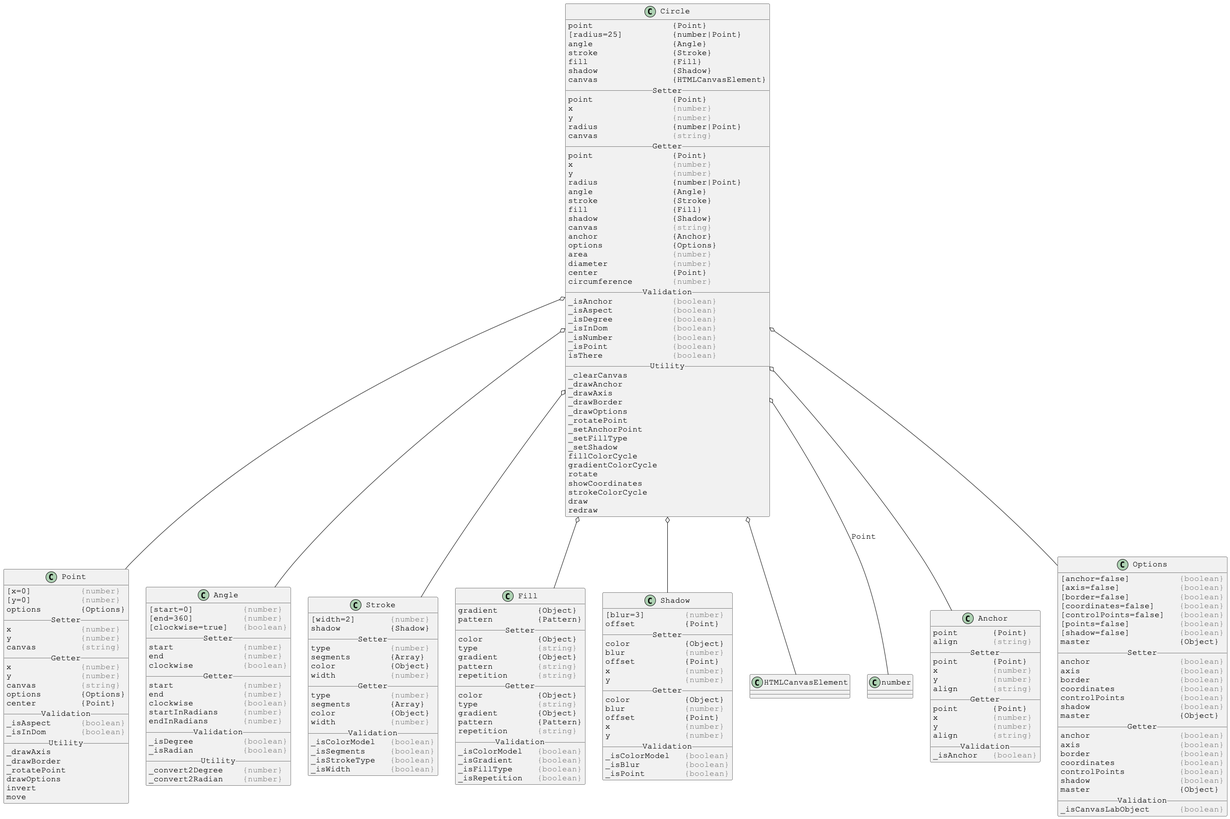
Above: docs/PlantUml/image/linked/Circle-linked.png in Justin-Byrne/canvasLab (PlantUML), before the change. Source of this version:
```plantuml
@startuml

skinparam DefaultFontSize 16
skinparam DefaultFontName Courier New

class Circle {
point                {Point}
[radius=25]          {number|Point}
angle                {Angle}
stroke               {Stroke}
fill                 {Fill}
shadow               {Shadow}
canvas               {HTMLCanvasElement}
__ Setter __
point                {Point}
x                    <color:gray>{number}</color>
y                    <color:gray>{number}</color>
radius               {number|Point}
canvas               <color:gray>{string}</color>
__ Getter __
point                {Point}
x                    <color:gray>{number}</color>
y                    <color:gray>{number}</color>
radius               {number|Point}
angle                {Angle}
stroke               {Stroke}
fill                 {Fill}
shadow               {Shadow}
canvas               <color:gray>{string}</color>
anchor               {Anchor}
options              {Options}
area                 <color:gray>{number}</color>
diameter             <color:gray>{number}</color>
center               {Point}
circumference        <color:gray>{number}</color>
__ Validation __
_isAnchor            <color:gray>{boolean}</color>
_isAspect            <color:gray>{boolean}</color>
_isDegree            <color:gray>{boolean}</color>
_isInDom             <color:gray>{boolean}</color>
_isNumber            <color:gray>{boolean}</color>
_isPoint             <color:gray>{boolean}</color>
isThere              <color:gray>{boolean}</color>
__ Utility __
_clearCanvas
_drawAnchor
_drawAxis
_drawBorder
_drawOptions
_rotatePoint
_setAnchorPoint
_setFillType
_setShadow
fillColorCycle
gradientColorCycle
rotate
showCoordinates
strokeColorCycle
draw
redraw
}

Circle o-- Point
Circle o-- Angle
Circle o-- Stroke
Circle o-- Fill
Circle o-- Shadow
Circle o-- HTMLCanvasElement
Circle o-- number : Point
Circle o-- Anchor
Circle o-- Options



skinparam DefaultFontSize 16
skinparam DefaultFontName Courier New

class Point {
[x=0]          <color:gray>{number}</color>
[y=0]          <color:gray>{number}</color>
options        {Options}
__ Setter __
x              <color:gray>{number}</color>
y              <color:gray>{number}</color>
canvas         <color:gray>{string}</color>
__ Getter __
x              <color:gray>{number}</color>
y              <color:gray>{number}</color>
canvas         <color:gray>{string}</color>
options        {Options}
center         {Point}
__ Validation __
_isAspect      <color:gray>{boolean}</color>
_isInDom       <color:gray>{boolean}</color>
__ Utility __
_drawAxis
_drawBorder
_rotatePoint
drawOptions
invert
move
}



skinparam DefaultFontSize 16
skinparam DefaultFontName Courier New

class Angle {
[start=0]          <color:gray>{number}</color>
[end=360]          <color:gray>{number}</color>
[clockwise=true]   <color:gray>{boolean}</color>
__ Setter __
start              <color:gray>{number}</color>
end                <color:gray>{number}</color>
clockwise          <color:gray>{boolean}</color>
__ Getter __
start              <color:gray>{number}</color>
end                <color:gray>{number}</color>
clockwise          <color:gray>{boolean}</color>
startInRadians     <color:gray>{number}</color>
endInRadians       <color:gray>{number}</color>
__ Validation __
_isDegree          <color:gray>{boolean}</color>
_isRadian          <color:gray>{boolean}</color>
__ Utility __
_convert2Degree    <color:gray>{number}</color>
_convert2Radian    <color:gray>{number}</color>
}



skinparam DefaultFontSize 16
skinparam DefaultFontName Courier New

class Stroke {
[width=2]       <color:gray>{number}</color>
shadow          {Shadow}
__ Setter __
type            <color:gray>{number}</color>
segments        {Array}
color           {Object}
width           <color:gray>{number}</color>
__ Getter __
type            <color:gray>{number}</color>
segments        {Array}
color           {Object}
width           <color:gray>{number}</color>
__ Validation __
_isColorModel   <color:gray>{boolean}</color>
_isSegments     <color:gray>{boolean}</color>
_isStrokeType   <color:gray>{boolean}</color>
_isWidth        <color:gray>{boolean}</color>
}



skinparam DefaultFontSize 16
skinparam DefaultFontName Courier New

class Fill {
gradient        {Object}
pattern         {Pattern}
__ Setter __
color           {Object}
type            <color:gray>{string}</color>
gradient        {Object}
pattern         <color:gray>{string}</color>
repetition      <color:gray>{string}</color>
__ Getter __
color           {Object}
type            <color:gray>{string}</color>
gradient        {Object}
pattern         {Pattern}
repetition      <color:gray>{string}</color>
__ Validation __
_isColorModel   <color:gray>{boolean}</color>
_isGradient     <color:gray>{boolean}</color>
_isFillType     <color:gray>{boolean}</color>
_isRepetition   <color:gray>{boolean}</color>
}



skinparam DefaultFontSize 16
skinparam DefaultFontName Courier New

class Shadow {
[blur=3]        <color:gray>{number}</color>
offset          {Point}
__ Setter __
color           {Object}
blur            <color:gray>{number}</color>
offset          {Point}
x               <color:gray>{number}</color>
y               <color:gray>{number}</color>
__ Getter __
color           {Object}
blur            <color:gray>{number}</color>
offset          {Point}
x               <color:gray>{number}</color>
y               <color:gray>{number}</color>
__ Validation __
_isColorModel   <color:gray>{boolean}</color>
_isBlur         <color:gray>{boolean}</color>
_isPoint        <color:gray>{boolean}</color>
}



skinparam DefaultFontSize 16
skinparam DefaultFontName Courier New

class Anchor {
point       {Point}
align       <color:gray>{string}</color>
__ Setter __
point       {Point}
x           <color:gray>{number}</color>
y           <color:gray>{number}</color>
align       <color:gray>{string}</color>
__ Getter __
point       {Point}
x           <color:gray>{number}</color>
y           <color:gray>{number}</color>
align       <color:gray>{string}</color>
__ Validation __
_isAnchor   <color:gray>{boolean}</color>
}



skinparam DefaultFontSize 16
skinparam DefaultFontName Courier New

class Options {
[anchor=false]          <color:gray>{boolean}</color>
[axis=false]            <color:gray>{boolean}</color>
[border=false]          <color:gray>{boolean}</color>
[coordinates=false]     <color:gray>{boolean}</color>
[controlPoints=false]   <color:gray>{boolean}</color>
[points=false]          <color:gray>{boolean}</color>
[shadow=false]          <color:gray>{boolean}</color>
master                  {Object}
__ Setter __
anchor                  <color:gray>{boolean}</color>
axis                    <color:gray>{boolean}</color>
border                  <color:gray>{boolean}</color>
coordinates             <color:gray>{boolean}</color>
controlPoints           <color:gray>{boolean}</color>
shadow                  <color:gray>{boolean}</color>
master                  {Object}
__ Getter __
anchor                  <color:gray>{boolean}</color>
axis                    <color:gray>{boolean}</color>
border                  <color:gray>{boolean}</color>
coordinates             <color:gray>{boolean}</color>
controlPoints           <color:gray>{boolean}</color>
shadow                  <color:gray>{boolean}</color>
master                  {Object}
__ Validation __
_isCanvasLabObject      <color:gray>{boolean}</color>
}

@enduml
```
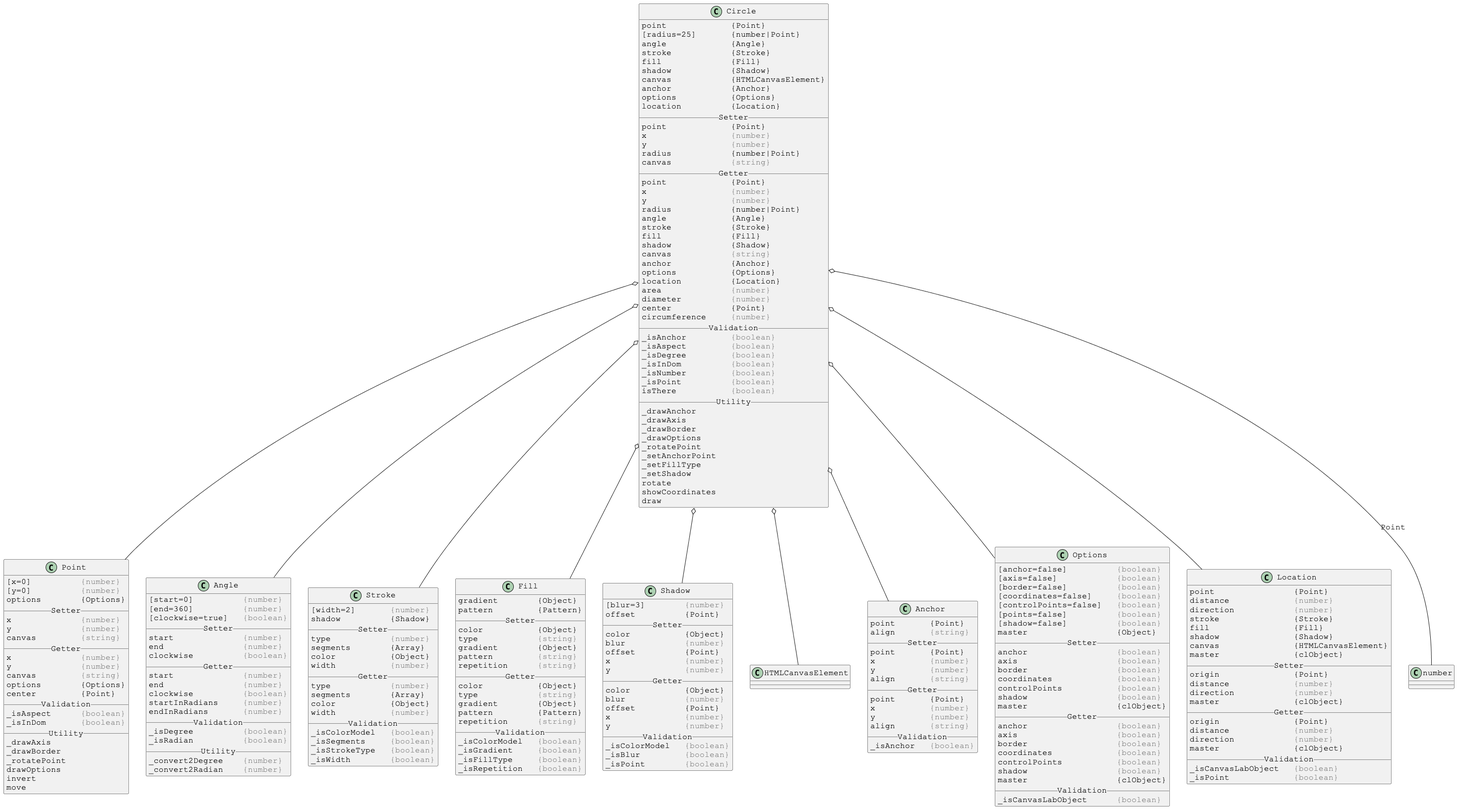
Above is the later version.

The edit, as a diff of the source:
```diff
@@ -4,45 +4,48 @@
 skinparam DefaultFontName Courier New
 
 class Circle {
-point                {Point}
-[radius=25]          {number|Point}
-angle                {Angle}
-stroke               {Stroke}
-fill                 {Fill}
-shadow               {Shadow}
-canvas               {HTMLCanvasElement}
+point             {Point}
+[radius=25]       {number|Point}
+angle             {Angle}
+stroke            {Stroke}
+fill              {Fill}
+shadow            {Shadow}
+canvas            {HTMLCanvasElement}
+anchor            {Anchor}
+options           {Options}
+location          {Location}
 __ Setter __
-point                {Point}
-x                    <color:gray>{number}</color>
-y                    <color:gray>{number}</color>
-radius               {number|Point}
-canvas               <color:gray>{string}</color>
+point             {Point}
+x                 <color:gray>{number}</color>
+y                 <color:gray>{number}</color>
+radius            {number|Point}
+canvas            <color:gray>{string}</color>
 __ Getter __
-point                {Point}
-x                    <color:gray>{number}</color>
-y                    <color:gray>{number}</color>
-radius               {number|Point}
-angle                {Angle}
-stroke               {Stroke}
-fill                 {Fill}
-shadow               {Shadow}
-canvas               <color:gray>{string}</color>
-anchor               {Anchor}
-options              {Options}
-area                 <color:gray>{number}</color>
-diameter             <color:gray>{number}</color>
-center               {Point}
-circumference        <color:gray>{number}</color>
+point             {Point}
+x                 <color:gray>{number}</color>
+y                 <color:gray>{number}</color>
+radius            {number|Point}
+angle             {Angle}
+stroke            {Stroke}
+fill              {Fill}
+shadow            {Shadow}
+canvas            <color:gray>{string}</color>
+anchor            {Anchor}
+options           {Options}
+location          {Location}
+area              <color:gray>{number}</color>
+diameter          <color:gray>{number}</color>
+center            {Point}
+circumference     <color:gray>{number}</color>
 __ Validation __
-_isAnchor            <color:gray>{boolean}</color>
-_isAspect            <color:gray>{boolean}</color>
-_isDegree            <color:gray>{boolean}</color>
-_isInDom             <color:gray>{boolean}</color>
-_isNumber            <color:gray>{boolean}</color>
-_isPoint             <color:gray>{boolean}</color>
-isThere              <color:gray>{boolean}</color>
+_isAnchor         <color:gray>{boolean}</color>
+_isAspect         <color:gray>{boolean}</color>
+_isDegree         <color:gray>{boolean}</color>
+_isInDom          <color:gray>{boolean}</color>
+_isNumber         <color:gray>{boolean}</color>
+_isPoint          <color:gray>{boolean}</color>
+isThere           <color:gray>{boolean}</color>
 __ Utility __
-_clearCanvas
 _drawAnchor
 _drawAxis
 _drawBorder
@@ -51,13 +54,9 @@
 _setAnchorPoint
 _setFillType
 _setShadow
-fillColorCycle
-gradientColorCycle
 rotate
 showCoordinates
-strokeColorCycle
 draw
-redraw
 }
 
 Circle o-- Point
@@ -66,9 +65,10 @@
 Circle o-- Fill
 Circle o-- Shadow
 Circle o-- HTMLCanvasElement
-Circle o-- number : Point
 Circle o-- Anchor
 Circle o-- Options
+Circle o-- Location
+Circle o-- number : Point
 
 
 
@@ -249,7 +249,7 @@
 coordinates             <color:gray>{boolean}</color>
 controlPoints           <color:gray>{boolean}</color>
 shadow                  <color:gray>{boolean}</color>
-master                  {Object}
+master                  {clObject}
 __ Getter __
 anchor                  <color:gray>{boolean}</color>
 axis                    <color:gray>{boolean}</color>
@@ -257,9 +257,38 @@
 coordinates             <color:gray>{boolean}</color>
 controlPoints           <color:gray>{boolean}</color>
 shadow                  <color:gray>{boolean}</color>
-master                  {Object}
+master                  {clObject}
 __ Validation __
 _isCanvasLabObject      <color:gray>{boolean}</color>
 }
 
+
+
+skinparam DefaultFontSize 16
+skinparam DefaultFontName Courier New
+
+class Location {
+point                {Point}
+distance             <color:gray>{number}</color>
+direction            <color:gray>{number}</color>
+stroke               {Stroke}
+fill                 {Fill}
+shadow               {Shadow}
+canvas               {HTMLCanvasElement}
+master               {clObject}
+__ Setter __
+origin               {Point}
+distance             <color:gray>{number}</color>
+direction            <color:gray>{number}</color>
+master               {clObject}
+__ Getter __
+origin               {Point}
+distance             <color:gray>{number}</color>
+direction            <color:gray>{number}</color>
+master               {clObject}
+__ Validation __
+_isCanvasLabObject   <color:gray>{boolean}</color>
+_isPoint             <color:gray>{boolean}</color>
+}
+
 @enduml
```
